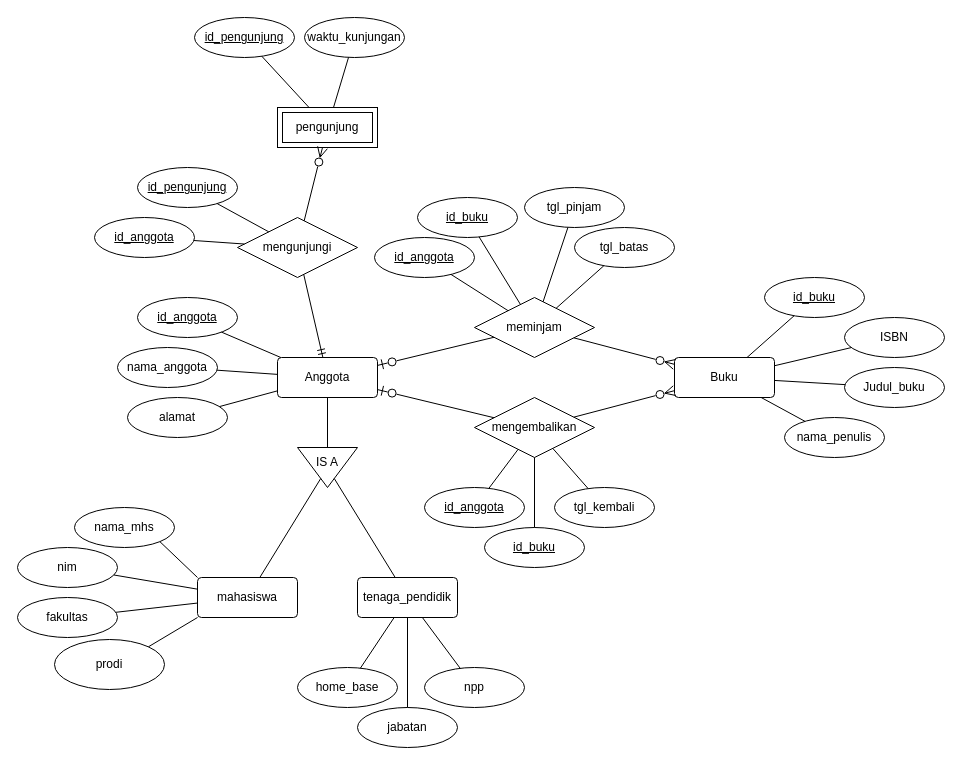
ilhamtkj/diagram keeps this draw.io diagram as perpus.drawio. Above is the earlier version. Source tidied: cells renumbered, new cells numbered last; positions are measured from the earlier drawing's top-left corner, leaving out a move shared by most shapes. Both pictures are drawn from the tidied source at 100%, with x=0, y=0 at pixel (17, 17).
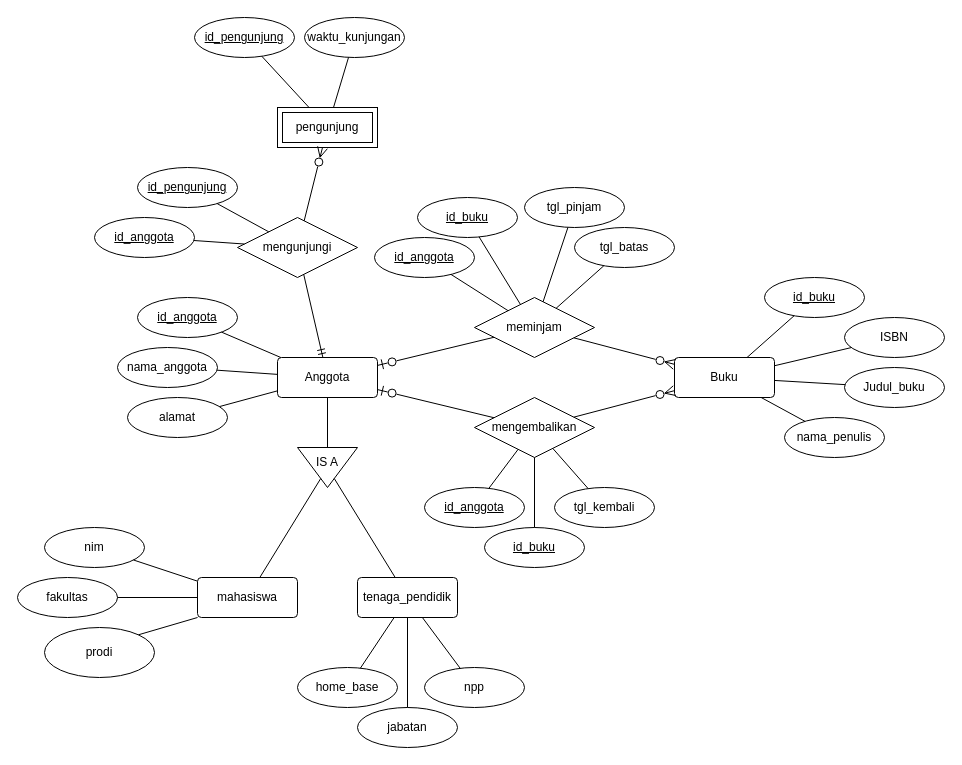
The same page after the edit.

Commit message:
delete name_mhs

Unchanged cells that the change refers to:
```xml
<mxCell id="20" value="mahasiswa" style="rounded=1;arcSize=10;whiteSpace=wrap;html=1;align=center;" parent="1" vertex="1">
  <mxGeometry x="180" y="560" width="100" height="40" as="geometry" />
</mxCell>
```

Diff of the diagram source:
```diff
@@
     <mxCell id="23" value="nim" style="ellipse;whiteSpace=wrap;html=1;align=center;" parent="1" vertex="1">
-      <mxGeometry y="530" width="100" height="40" as="geometry" />
+      <mxGeometry x="27" y="510" width="100" height="40" as="geometry" />
     </mxCell>
     <mxCell id="24" value="fakultas" style="ellipse;whiteSpace=wrap;html=1;align=center;" parent="1" vertex="1">
-      <mxGeometry y="580" width="100" height="40" as="geometry" />
+      <mxGeometry y="560" width="100" height="40" as="geometry" />
     </mxCell>
@@
-    <mxCell id="54" value="nama_mhs" style="ellipse;whiteSpace=wrap;html=1;align=center;" parent="1" vertex="1">
-      <mxGeometry x="57" y="490" width="100" height="40" as="geometry" />
-    </mxCell>
-    <mxCell id="55" style="endArrow=none;html=1;rounded=0;exitX=1;exitY=1;exitDx=0;exitDy=0;entryX=0;entryY=0;entryDx=0;entryDy=0;" parent="1" edge="1" source="54" target="20">
-      <mxGeometry relative="1" as="geometry" />
-    </mxCell>
     <mxCell id="56" value="prodi" style="ellipse;whiteSpace=wrap;html=1;align=center;" parent="1" vertex="1">
-      <mxGeometry x="37" y="622" width="110" height="50" as="geometry" />
+      <mxGeometry x="27" y="610" width="110" height="50" as="geometry" />
     </mxCell>
```
